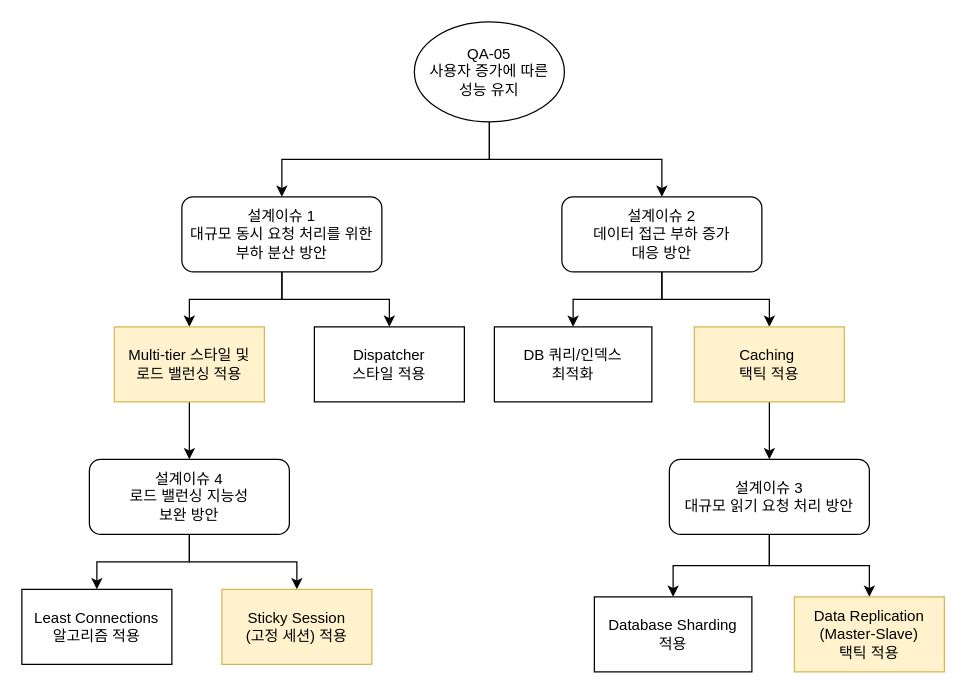
Before: page "DD-03" (3 of 4) of QualityDrivenArchitecturalDesign.drawio in GeniusHoon/AssociateArchitect, a draw.io diagram. Source tidied: cells renumbered, new cells numbered last; positions are measured from the earlier drawing's top-left corner, leaving out a move shared by most shapes. Both pictures are drawn from the tidied source at 125%, with x=0, y=0 at pixel (21, 21).
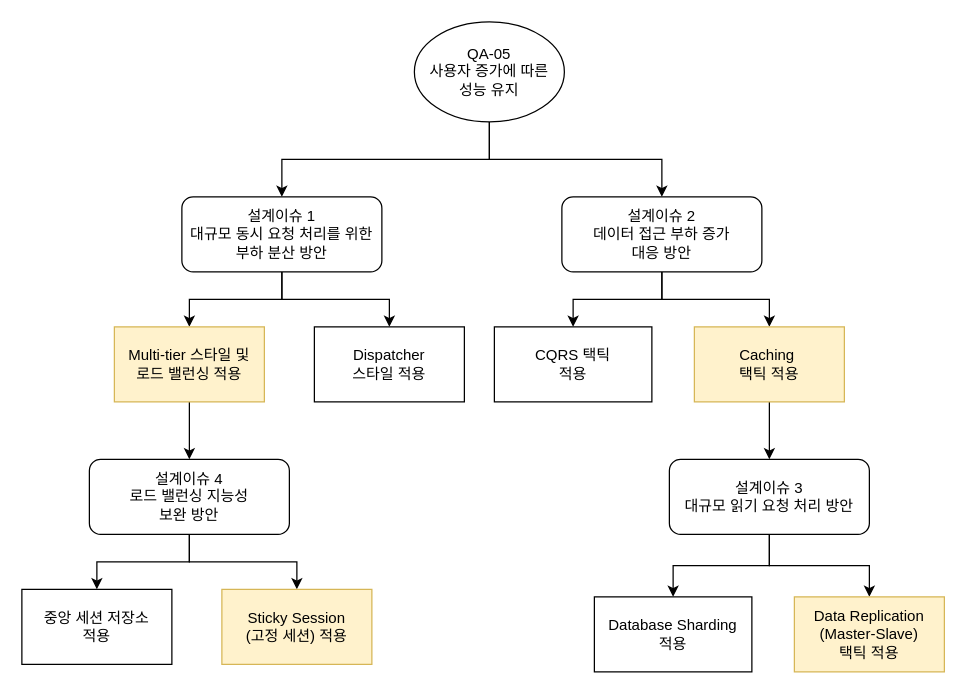
The same page after the edit.

What changed in the source:
```diff
@@
-    <mxCell id="14" value="DB 쿼리/인덱스&lt;div&gt;최적화&lt;/div&gt;" style="rounded=0;whiteSpace=wrap;html=1;" parent="1" vertex="1">
+    <mxCell id="14" value="CQRS 택틱&lt;div&gt;적용&lt;/div&gt;" style="rounded=0;whiteSpace=wrap;html=1;" parent="1" vertex="1">
       <mxGeometry x="378" y="244" width="126" height="60" as="geometry" />
     </mxCell>
@@
-    <mxCell id="23" value="Least Connections&lt;div&gt;알고리즘 적용&lt;/div&gt;" style="rounded=0;whiteSpace=wrap;html=1;" parent="1" vertex="1">
+    <mxCell id="23" value="&lt;div&gt;중앙 세션 저장소&lt;/div&gt;&lt;div&gt;적용&lt;/div&gt;" style="rounded=0;whiteSpace=wrap;html=1;" parent="1" vertex="1">
       <mxGeometry y="454" width="120" height="60" as="geometry" />
     </mxCell>
```
